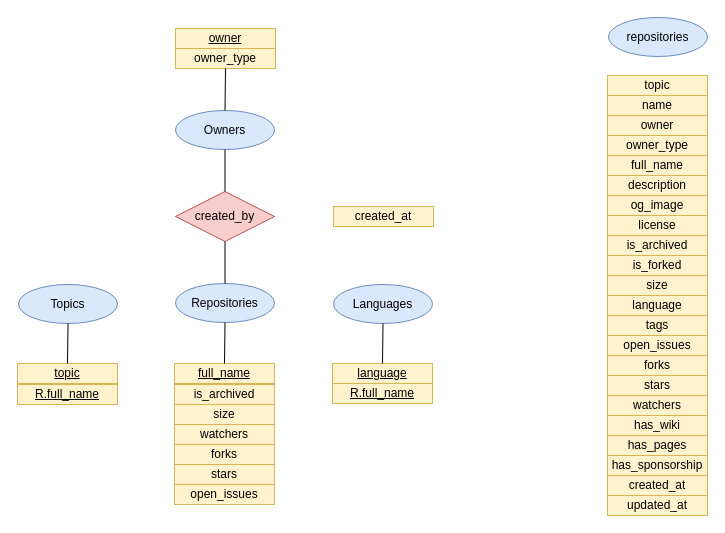
Earlier version of the draw.io diagram er_model/ER.drawio (diegoalonso-sm/database-final-project). Source tidied: cells renumbered, new cells numbered last; positions are measured from the earlier drawing's top-left corner, leaving out a move shared by most shapes. Both pictures are drawn from the tidied source at 100%, with x=0, y=0 at pixel (17, 17).
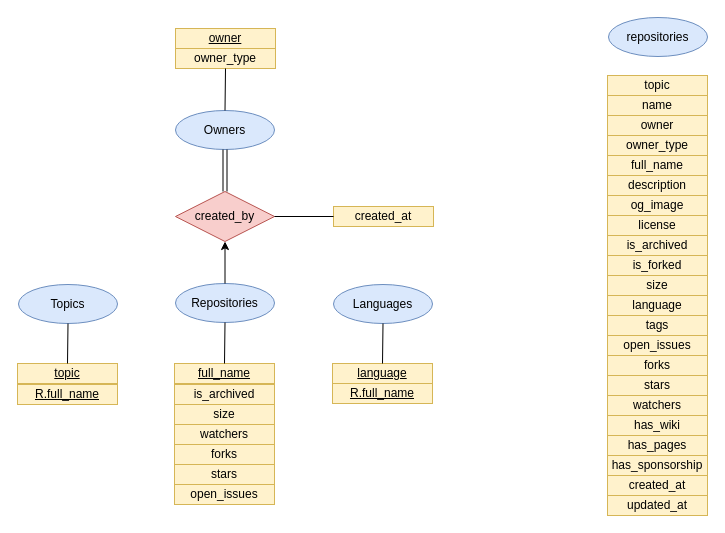
Above is the later version.

The change refers to these unchanged cells:
```xml
<mxCell id="31" value="created_at" style="rounded=0;whiteSpace=wrap;html=1;fillColor=#fff2cc;strokeColor=#d6b656;" parent="1" vertex="1">
  <mxGeometry x="316" y="189" width="100" height="20" as="geometry" />
</mxCell>
<mxCell id="32" value="Repositories" style="ellipse;whiteSpace=wrap;html=1;fillColor=#dae8fc;strokeColor=#6c8ebf;" parent="1" vertex="1">
  <mxGeometry x="158" y="266" width="99" height="39" as="geometry" />
</mxCell>
<mxCell id="35" value="Owners" style="ellipse;whiteSpace=wrap;html=1;fillColor=#dae8fc;strokeColor=#6c8ebf;" parent="1" vertex="1">
  <mxGeometry x="158" y="93" width="99" height="39" as="geometry" />
</mxCell>
<mxCell id="44" value="created_by" style="rhombus;whiteSpace=wrap;html=1;fillColor=#f8cecc;strokeColor=#b85450;" parent="1" vertex="1">
  <mxGeometry x="158" y="174" width="99" height="50" as="geometry" />
</mxCell>
```

What changed in the source:
```diff
@@
-    <mxCell id="45" style="endArrow=none;html=1;rounded=0;entryX=0.5;entryY=1;entryDx=0;entryDy=0;exitX=0.5;exitY=0;exitDx=0;exitDy=0;" parent="1" edge="1" source="32" target="44">
+    <mxCell id="45" style="endArrow=classic;html=1;rounded=0;entryX=0.5;entryY=1;entryDx=0;entryDy=0;exitX=0.5;exitY=0;exitDx=0;exitDy=0;startArrow=none;startFill=0;endFill=1;" parent="1" edge="1" source="32" target="44">
       <mxGeometry relative="1" as="geometry" />
     </mxCell>
-    <mxCell id="46" style="endArrow=none;html=1;rounded=0;entryX=0.5;entryY=1;entryDx=0;entryDy=0;exitX=0.5;exitY=0;exitDx=0;exitDy=0;" parent="1" edge="1" source="44" target="35">
+    <mxCell id="46" style="endArrow=none;html=1;rounded=0;entryX=0.5;entryY=1;entryDx=0;entryDy=0;exitX=0.5;exitY=0;exitDx=0;exitDy=0;shape=link;" parent="1" edge="1" source="44" target="35">
       <mxGeometry relative="1" as="geometry" />
     </mxCell>
@@
+    <mxCell id="50" style="endArrow=none;html=1;rounded=0;exitX=1;exitY=0.5;exitDx=0;exitDy=0;entryX=0;entryY=0.5;entryDx=0;entryDy=0;" parent="1" edge="1" source="44" target="31">
+      <mxGeometry relative="1" as="geometry" />
+    </mxCell>
```
